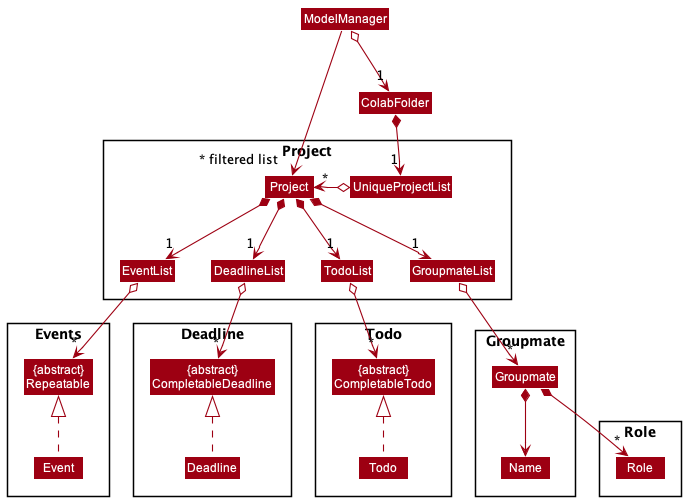
Above: docs/images/ProjectClassDiagram.png in nus-cs2103-AY2021S2/tp (PlantUML), before the change.
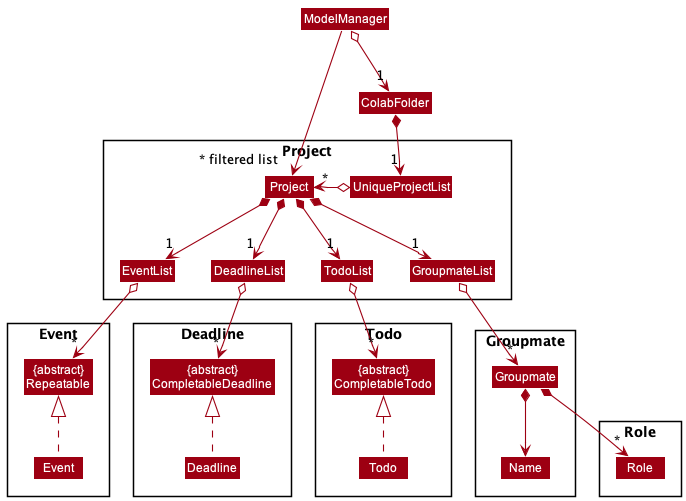
The same file after the commit.

Change to the diagram source:
```diff
@@ -20,7 +20,7 @@
 Class Role
 }
 
-Package Events {
+Package Event {
 Class "{abstract}\nRepeatable" as Repeatable
 Class Event
 }
```
